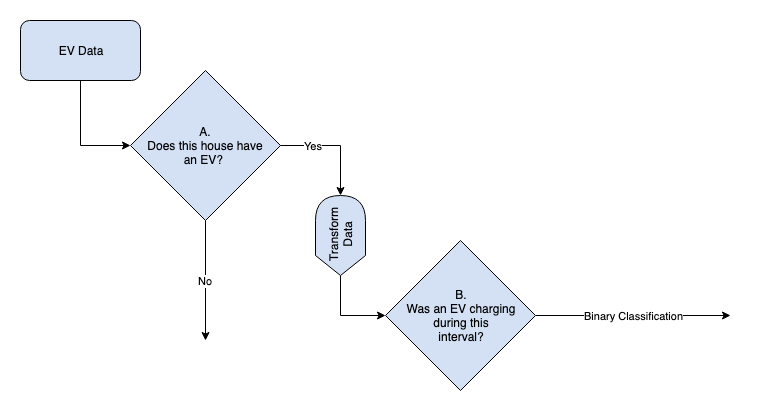
Before: figures/classifier_chain.png, a diagram exported from draw.io (AndreaKeane/electric-vehicle-detection). Source tidied: cells renumbered, new cells last; positions are measured from the earlier drawing's top-left corner, leaving out a move shared by most shapes. Source of this version:
```xml
<mxGraphModel>
  <root>
    <mxCell id="0" />
    <mxCell id="1" parent="0" />
    <mxCell id="2" style="edgeStyle=orthogonalEdgeStyle;rounded=0;jettySize=auto;html=1;exitX=0.5;exitY=1;exitDx=0;exitDy=0;entryX=0;entryY=0.5;entryDx=0;entryDy=0;" parent="1" edge="1" source="3" target="6">
      <mxGeometry relative="1" as="geometry" />
    </mxCell>
    <mxCell id="3" value="EV Data&lt;br&gt;" style="rounded=1;whiteSpace=wrap;html=1;fillColor=#D4E1F5;" parent="1" vertex="1">
      <mxGeometry width="120" height="60" as="geometry" />
    </mxCell>
    <mxCell id="4" value="No" style="edgeStyle=orthogonalEdgeStyle;rounded=0;jettySize=auto;html=1;exitX=0.5;exitY=1;exitDx=0;exitDy=0;" parent="1" edge="1" source="6">
      <mxGeometry relative="1" as="geometry">
        <mxPoint x="185" y="320" as="targetPoint" />
        <Array as="points">
          <mxPoint x="185" y="320" />
        </Array>
      </mxGeometry>
    </mxCell>
    <mxCell id="5" value="Yes" style="edgeStyle=orthogonalEdgeStyle;rounded=0;jettySize=auto;html=1;exitX=1;exitY=0.5;exitDx=0;exitDy=0;entryX=1;entryY=0.5;entryDx=0;entryDy=0;entryPerimeter=0;" parent="1" edge="1" source="6" target="10">
      <mxGeometry x="-0.41" relative="1" as="geometry" />
    </mxCell>
    <mxCell id="6" value="A.&lt;br&gt;Does this house have&lt;br&gt;an EV?&amp;nbsp;&lt;br&gt;" style="rhombus;whiteSpace=wrap;html=1;fillColor=#D4E1F5;" parent="1" vertex="1">
      <mxGeometry x="110" y="50" width="150" height="150" as="geometry" />
    </mxCell>
    <mxCell id="7" value="Binary Classification" style="edgeStyle=orthogonalEdgeStyle;rounded=0;jettySize=auto;html=1;exitX=1;exitY=0.5;exitDx=0;exitDy=0;" parent="1" edge="1" source="8">
      <mxGeometry relative="1" as="geometry">
        <mxPoint x="710" y="295" as="targetPoint" />
      </mxGeometry>
    </mxCell>
    <mxCell id="8" value="B.&lt;br&gt;Was an EV charging&lt;br&gt;during this&lt;br&gt;interval?&lt;br&gt;" style="rhombus;whiteSpace=wrap;html=1;fillColor=#D4E1F5;" parent="1" vertex="1">
      <mxGeometry x="365" y="220" width="150" height="150" as="geometry" />
    </mxCell>
    <mxCell id="9" style="edgeStyle=orthogonalEdgeStyle;rounded=0;jettySize=auto;html=1;exitX=0;exitY=0.5;exitDx=0;exitDy=0;entryX=0;entryY=0.5;entryDx=0;entryDy=0;exitPerimeter=0;" parent="1" edge="1" source="10" target="8">
      <mxGeometry relative="1" as="geometry" />
    </mxCell>
    <mxCell id="10" value="Transform&lt;br&gt;Data&lt;br&gt;" style="shape=display;whiteSpace=wrap;html=1;rotation=-90;fillColor=#D4E1F5;" parent="1" vertex="1">
      <mxGeometry x="280" y="190" width="80" height="50" as="geometry" />
    </mxCell>
  </root>
</mxGraphModel>
```
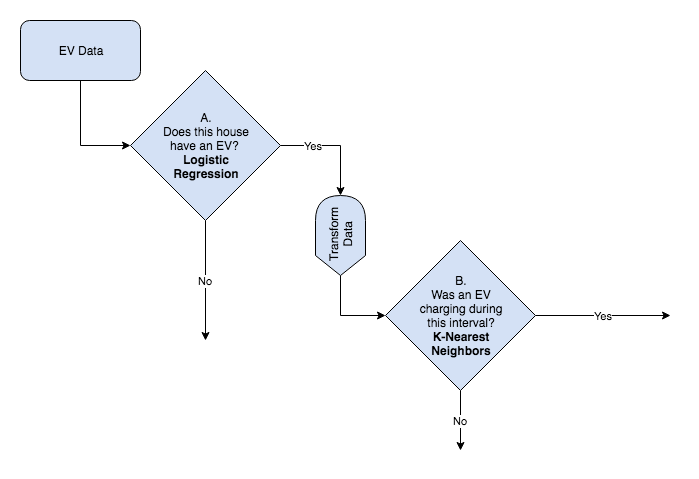
The same diagram one commit later.

Commit message:
update classifier chain figure

What changed in the source:
```diff
@@ -19,15 +19,20 @@
     <mxCell id="5" value="Yes" style="edgeStyle=orthogonalEdgeStyle;rounded=0;jettySize=auto;html=1;exitX=1;exitY=0.5;exitDx=0;exitDy=0;entryX=1;entryY=0.5;entryDx=0;entryDy=0;entryPerimeter=0;" parent="1" edge="1" source="6" target="10">
       <mxGeometry x="-0.41" relative="1" as="geometry" />
     </mxCell>
-    <mxCell id="6" value="A.&lt;br&gt;Does this house have&lt;br&gt;an EV?&amp;nbsp;&lt;br&gt;" style="rhombus;whiteSpace=wrap;html=1;fillColor=#D4E1F5;" parent="1" vertex="1">
+    <mxCell id="6" value="A.&lt;br&gt;Does this house&lt;br&gt;have an EV?&amp;nbsp;&lt;br&gt;&lt;b&gt;Logistic&lt;br&gt;Regression&lt;/b&gt;&lt;br&gt;" style="rhombus;whiteSpace=wrap;html=1;fillColor=#D4E1F5;" parent="1" vertex="1">
       <mxGeometry x="110" y="50" width="150" height="150" as="geometry" />
     </mxCell>
-    <mxCell id="7" value="Binary Classification" style="edgeStyle=orthogonalEdgeStyle;rounded=0;jettySize=auto;html=1;exitX=1;exitY=0.5;exitDx=0;exitDy=0;" parent="1" edge="1" source="8">
-      <mxGeometry relative="1" as="geometry">
-        <mxPoint x="710" y="295" as="targetPoint" />
-      </mxGeometry>
-    </mxCell>
+    <mxCell id="11" value="Yes" style="edgeStyle=orthogonalEdgeStyle;rounded=0;jettySize=auto;html=1;exitX=1;exitY=0.5;exitDx=0;exitDy=0;" parent="1" edge="1" source="8">
+      <mxGeometry relative="1" as="geometry">
+        <mxPoint x="650" y="295" as="targetPoint" />
+      </mxGeometry>
+    </mxCell>
+    <mxCell id="12" value="No" style="edgeStyle=orthogonalEdgeStyle;rounded=0;jettySize=auto;html=1;exitX=0.5;exitY=1;exitDx=0;exitDy=0;" parent="1" edge="1" source="8">
+      <mxGeometry relative="1" as="geometry">
+        <mxPoint x="440" y="430" as="targetPoint" />
+      </mxGeometry>
+    </mxCell>
-    <mxCell id="8" value="B.&lt;br&gt;Was an EV charging&lt;br&gt;during this&lt;br&gt;interval?&lt;br&gt;" style="rhombus;whiteSpace=wrap;html=1;fillColor=#D4E1F5;" parent="1" vertex="1">
+    <mxCell id="8" value="B.&lt;br&gt;Was an EV&lt;br&gt;charging during&lt;br&gt;this interval?&lt;br&gt;&lt;b&gt;K-Nearest&lt;br&gt;Neighbors&lt;/b&gt;&lt;br&gt;" style="rhombus;whiteSpace=wrap;html=1;fillColor=#D4E1F5;" parent="1" vertex="1">
       <mxGeometry x="365" y="220" width="150" height="150" as="geometry" />
     </mxCell>
     <mxCell id="9" style="edgeStyle=orthogonalEdgeStyle;rounded=0;jettySize=auto;html=1;exitX=0;exitY=0.5;exitDx=0;exitDy=0;entryX=0;entryY=0.5;entryDx=0;entryDy=0;exitPerimeter=0;" parent="1" edge="1" source="10" target="8">
```
